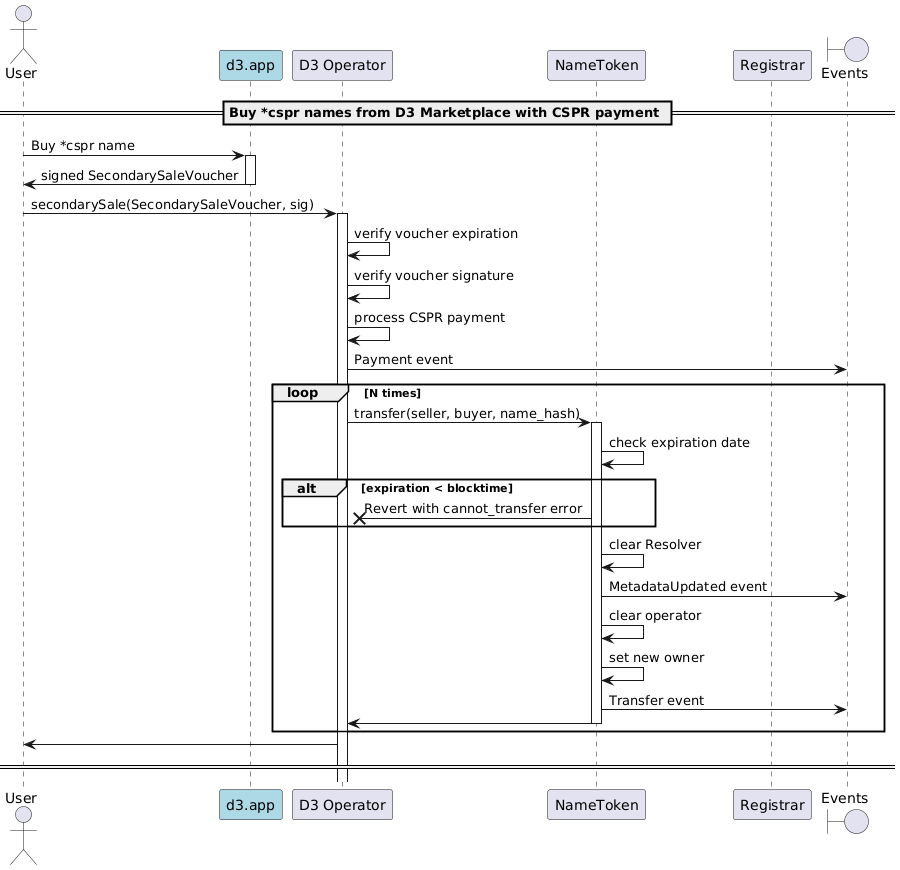
Before: docs/sequence-diagrams/puml/d3-marketplace-buy-cspr-token.png, a diagram exported from PlantUML (make-software/cspr-name-contracts).
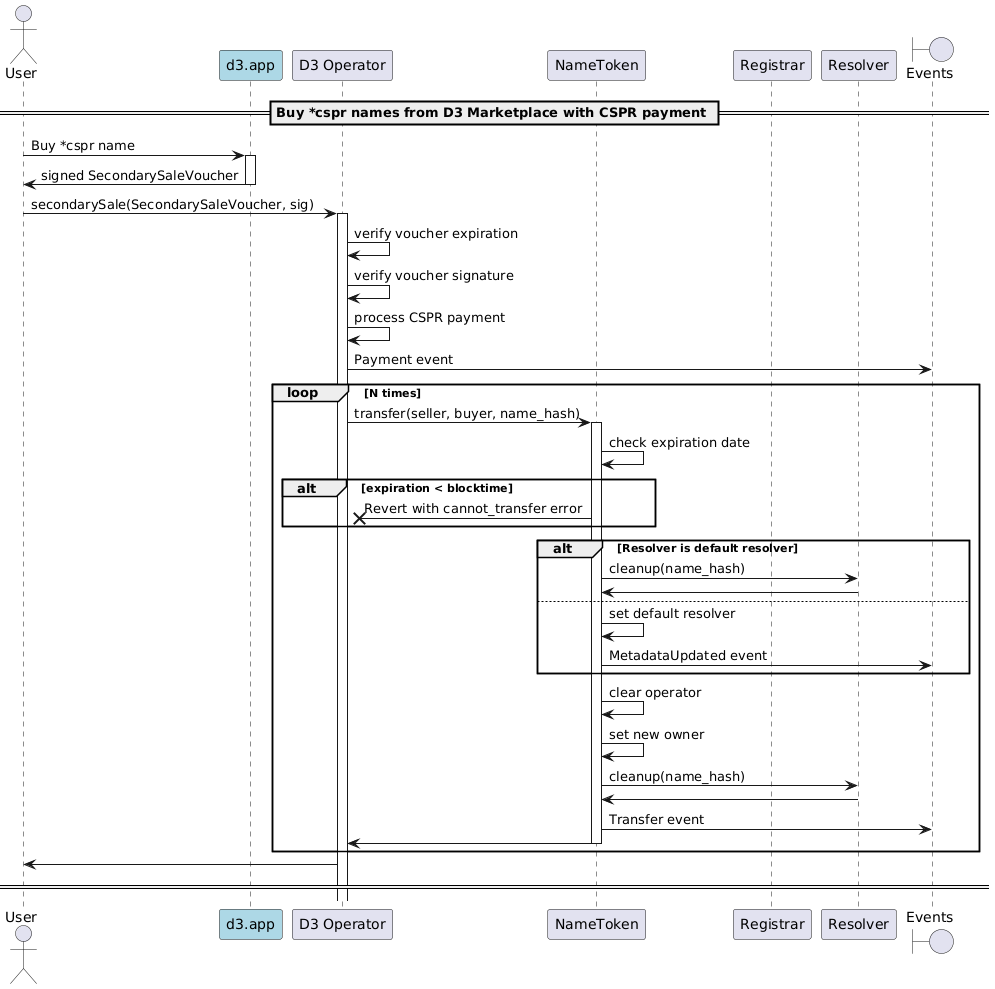
After the commit.

Change to the diagram source:
```diff
@@ -5,6 +5,7 @@
 participant "D3 Operator" as d3Op
 participant "NameToken"
 participant "Registrar"
+participant "Resolver"
 boundary "Events"
 
 == Buy *cspr names from D3 Marketplace with CSPR payment ==
@@ -27,10 +28,17 @@
     alt expiration < blocktime
         NameToken ->X d3Op: Revert with cannot_transfer error
     end
-    NameToken -> NameToken: clear Resolver
-    NameToken -> "Events": MetadataUpdated event
+    alt Resolver is default resolver
+        NameToken -> Resolver: cleanup(name_hash)
+        Resolver -> NameToken:
+    else
+        NameToken -> NameToken : set default resolver
+        NameToken -> "Events": MetadataUpdated event
+    end
     NameToken -> NameToken: clear operator
     NameToken -> NameToken : set new owner
+    NameToken -> Resolver: cleanup(name_hash)
+    Resolver -> NameToken:
     NameToken -> "Events": Transfer event
     NameToken -> d3Op
     deactivate NameToken
```
